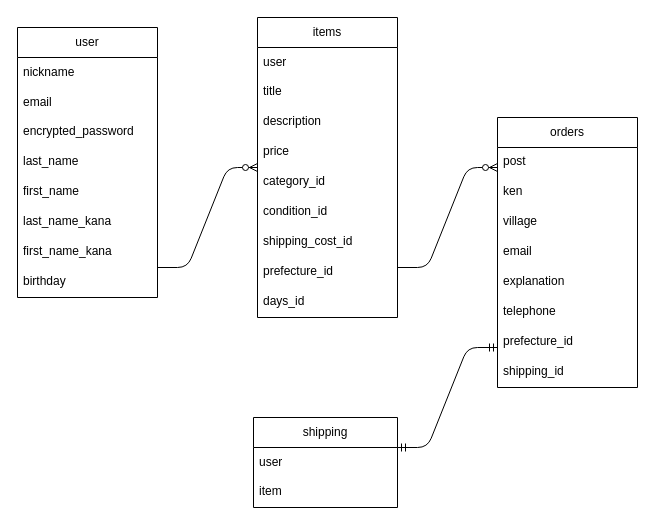
Before: furima.dio in 20230824/furima-39867, a draw.io diagram. Source tidied: cells renumbered, new cells numbered last; positions are measured from the earlier drawing's top-left corner, leaving out a move shared by most shapes. Both pictures are drawn from the tidied source at 100%, with x=0, y=0 at pixel (17, 17).
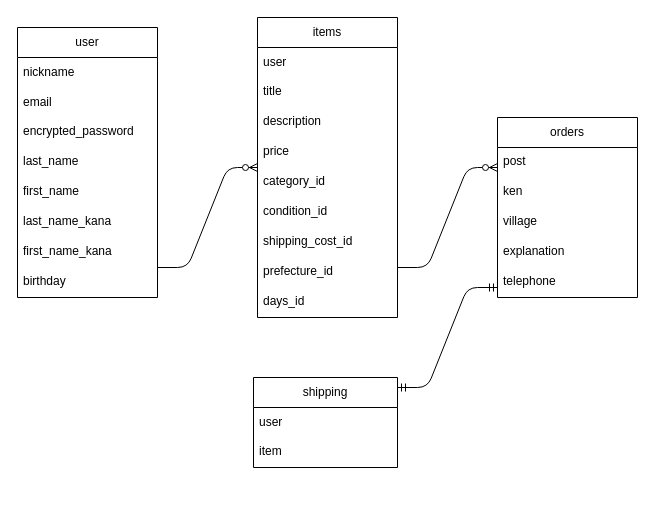
The same diagram, later.

Commit message (it also covers changes not shown here):
データベース設計、修正

Diff of the diagram source:
```diff
@@
     <mxCell id="11" value="shipping" style="swimlane;fontStyle=0;horizontal=1;startSize=30;whiteSpace=wrap;html=1;" parent="1" vertex="1">
-      <mxGeometry x="236" y="400" width="144" height="90" as="geometry" />
+      <mxGeometry x="236" y="360" width="144" height="90" as="geometry" />
     </mxCell>
@@
     <mxCell id="24" value="orders" style="swimlane;fontStyle=0;horizontal=1;startSize=30;whiteSpace=wrap;html=1;" parent="1" vertex="1">
-      <mxGeometry x="480" y="100" width="140" height="270" as="geometry" />
+      <mxGeometry x="480" y="100" width="140" height="180" as="geometry" />
     </mxCell>
@@
-    <mxCell id="28" value="email" style="text;strokeColor=none;fillColor=none;spacingLeft=4;spacingRight=4;overflow=hidden;fontSize=12;" parent="24" vertex="1">
-      <mxGeometry y="120" width="140" height="30" as="geometry" />
-    </mxCell>
     <mxCell id="29" value="explanation" style="text;strokeColor=none;fillColor=none;spacingLeft=4;spacingRight=4;overflow=hidden;fontSize=12;" parent="24" vertex="1">
-      <mxGeometry y="150" width="140" height="30" as="geometry" />
+      <mxGeometry y="120" width="140" height="30" as="geometry" />
     </mxCell>
     <mxCell id="30" value="telephone" style="text;strokeColor=none;fillColor=none;spacingLeft=4;spacingRight=4;overflow=hidden;fontSize=12;" parent="24" vertex="1">
-      <mxGeometry y="180" width="140" height="30" as="geometry" />
+      <mxGeometry y="150" width="140" height="30" as="geometry" />
     </mxCell>
-    <mxCell id="31" value="prefecture_id" style="text;strokeColor=none;fillColor=none;spacingLeft=4;spacingRight=4;overflow=hidden;fontSize=12;" parent="24" vertex="1">
-      <mxGeometry y="210" width="140" height="30" as="geometry" />
-    </mxCell>
-    <mxCell id="32" value="shipping_id" style="text;strokeColor=none;fillColor=none;spacingLeft=4;spacingRight=4;overflow=hidden;fontSize=12;" parent="24" vertex="1">
-      <mxGeometry y="240" width="140" height="30" as="geometry" />
-    </mxCell>
@@
     <mxCell id="35" style="edgeStyle=entityRelationEdgeStyle;fontSize=12;html=1;endArrow=ERmandOne;startArrow=ERmandOne;" parent="1" edge="1">
       <mxGeometry relative="1" as="geometry">
-        <mxPoint x="380" y="430" as="sourcePoint" />
-        <mxPoint x="480" y="330" as="targetPoint" />
+        <mxPoint x="380" y="370" as="sourcePoint" />
+        <mxPoint x="480" y="270" as="targetPoint" />
       </mxGeometry>
     </mxCell>
```
